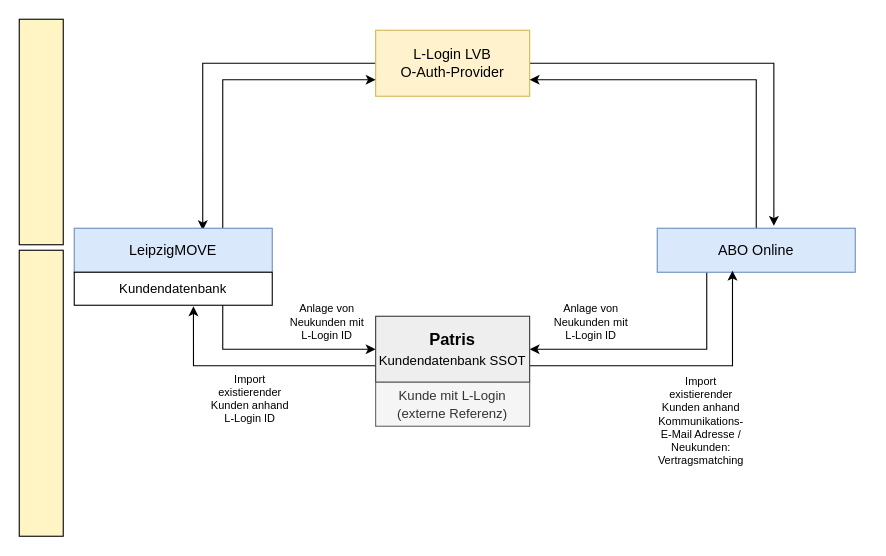
Earlier version of the draw.io diagram Untitled Diagram.drawio (MaLou2406/malou.github.io). Source tidied: cells renumbered, new cells numbered last; positions are measured from the earlier drawing's top-left corner, leaving out a move shared by most shapes. Both pictures are drawn from the tidied source at 110%, with x=0, y=0 at pixel (-102, 30).
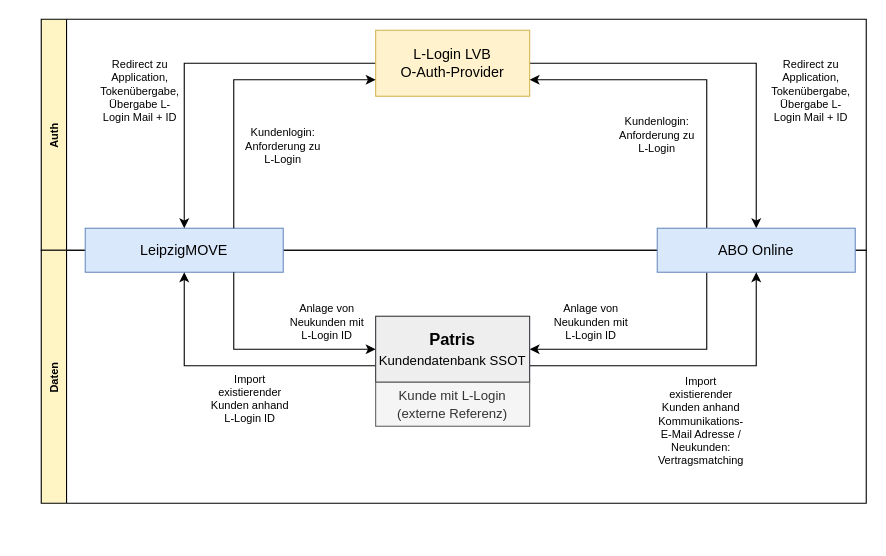
After the change.

Unchanged cells that the change refers to:
```xml
<mxCell id="4" value="L-Login LVB&lt;br&gt;O-Auth-Provider" style="rounded=0;whiteSpace=wrap;html=1;fillColor=#fff2cc;strokeColor=#d6b656;fontSize=13;" parent="1" vertex="1">
  <mxGeometry x="434" width="140" height="60" as="geometry" />
</mxCell>
<mxCell id="9" value="ABO Online" style="rounded=0;whiteSpace=wrap;html=1;fillColor=#dae8fc;strokeColor=#6c8ebf;fontSize=13;" parent="1" vertex="1">
  <mxGeometry x="690" y="180" width="180" height="40" as="geometry" />
</mxCell>
<mxCell id="15" value="&lt;font style=&quot;font-size: 12px&quot;&gt;&lt;span style=&quot;font-size: 15px&quot;&gt;&lt;b&gt;Patris&lt;br&gt;&lt;/b&gt;&lt;/span&gt;&lt;/font&gt;&lt;span style=&quot;font-size: 12px&quot;&gt;Kundendatenbank SSOT&lt;br&gt;&lt;/span&gt;" style="rounded=0;whiteSpace=wrap;html=1;fontSize=15;fillColor=#eeeeee;strokeColor=#36393d;" parent="1" vertex="1">
  <mxGeometry x="434" y="260" width="140" height="60" as="geometry" />
</mxCell>
```

Change to the diagram source:
```diff
@@
+    <mxCell id="23" value="Auth" style="swimlane;horizontal=0;labelBorderColor=none;fontSize=10;fillColor=#FFF4C3;" parent="1" vertex="1">
+      <mxGeometry x="130" y="-10" width="750" height="210" as="geometry" />
+    </mxCell>
+    <mxCell id="24" value="Redirect zu Application, Tokenübergabe, Übergabe L-Login Mail + ID" style="text;html=1;strokeColor=none;fillColor=none;align=center;verticalAlign=middle;whiteSpace=wrap;rounded=0;fontSize=10;" parent="23" vertex="1">
+      <mxGeometry x="50" y="20" width="80" height="90" as="geometry" />
+    </mxCell>
+    <mxCell id="25" value="Kundenlogin: Anforderung zu L-Login" style="text;html=1;strokeColor=none;fillColor=none;align=center;verticalAlign=middle;whiteSpace=wrap;rounded=0;fontSize=10;" parent="23" vertex="1">
+      <mxGeometry x="180" y="70" width="80" height="90" as="geometry" />
+    </mxCell>
+    <mxCell id="26" value="Kundenlogin: Anforderung zu L-Login" style="text;html=1;strokeColor=none;fillColor=none;align=center;verticalAlign=middle;whiteSpace=wrap;rounded=0;fontSize=10;" parent="23" vertex="1">
+      <mxGeometry x="520" y="60" width="80" height="90" as="geometry" />
+    </mxCell>
+    <mxCell id="27" value="Redirect zu Application, Tokenübergabe, Übergabe L-Login Mail + ID" style="text;html=1;strokeColor=none;fillColor=none;align=center;verticalAlign=middle;whiteSpace=wrap;rounded=0;fontSize=10;" parent="23" vertex="1">
+      <mxGeometry x="660" y="20" width="80" height="90" as="geometry" />
+    </mxCell>
+    <mxCell id="28" value="Daten" style="swimlane;horizontal=0;labelBorderColor=none;fontSize=10;fillColor=#FFF4C3;" parent="1" vertex="1">
+      <mxGeometry x="130" y="200" width="750" height="230" as="geometry" />
+    </mxCell>
+    <mxCell id="6" value="LeipzigMOVE" style="rounded=0;whiteSpace=wrap;html=1;fillColor=#dae8fc;strokeColor=#6c8ebf;fontSize=13;" parent="28" vertex="1">
+      <mxGeometry x="40" y="-20" width="180" height="40" as="geometry" />
+    </mxCell>
-    <mxCell id="2" style="edgeStyle=orthogonalEdgeStyle;rounded=0;jettySize=auto;html=1;exitX=1;exitY=0.5;exitDx=0;exitDy=0;entryX=0.589;entryY=-0.055;entryDx=0;entryDy=0;entryPerimeter=0;fontSize=10;" parent="1" edge="1" source="4" target="9">
+    <mxCell id="2" style="edgeStyle=orthogonalEdgeStyle;rounded=0;jettySize=auto;html=1;exitX=1;exitY=0.5;exitDx=0;exitDy=0;entryX=0.5;entryY=0;entryDx=0;entryDy=0;fontSize=10;" parent="1" edge="1" source="4" target="9">
       <mxGeometry relative="1" as="geometry" />
     </mxCell>
-    <mxCell id="3" style="edgeStyle=orthogonalEdgeStyle;rounded=0;jettySize=auto;html=1;exitX=0;exitY=0.5;exitDx=0;exitDy=0;entryX=0.649;entryY=0.045;entryDx=0;entryDy=0;fontSize=10;entryPerimeter=0;" parent="1" edge="1" source="4" target="6">
+    <mxCell id="3" style="edgeStyle=orthogonalEdgeStyle;rounded=0;jettySize=auto;html=1;exitX=0;exitY=0.5;exitDx=0;exitDy=0;fontSize=10;entryX=0.5;entryY=0;entryDx=0;entryDy=0;" parent="1" edge="1" source="4" target="6">
       <mxGeometry relative="1" as="geometry" />
     </mxCell>
@@
-    <mxCell id="6" value="LeipzigMOVE" style="rounded=0;whiteSpace=wrap;html=1;fillColor=#dae8fc;strokeColor=#6c8ebf;fontSize=13;" parent="1" vertex="1">
-      <mxGeometry x="160" y="180" width="180" height="40" as="geometry" />
-    </mxCell>
@@
-    <mxCell id="8" style="edgeStyle=orthogonalEdgeStyle;rounded=0;jettySize=auto;html=1;exitX=0.5;exitY=0;exitDx=0;exitDy=0;entryX=1;entryY=0.75;entryDx=0;entryDy=0;fontSize=10;" parent="1" edge="1" source="9" target="4">
+    <mxCell id="8" style="edgeStyle=orthogonalEdgeStyle;rounded=0;jettySize=auto;html=1;exitX=0.25;exitY=0;exitDx=0;exitDy=0;entryX=1;entryY=0.75;entryDx=0;entryDy=0;fontSize=10;" parent="1" edge="1" source="9" target="4">
       <mxGeometry relative="1" as="geometry" />
     </mxCell>
@@
-    <mxCell id="10" style="edgeStyle=orthogonalEdgeStyle;rounded=0;jettySize=auto;html=1;exitX=0.75;exitY=1;exitDx=0;exitDy=0;entryX=0;entryY=0.5;entryDx=0;entryDy=0;fontSize=13;strokeColor=none;" parent="1" edge="1" source="12" target="15">
-      <mxGeometry relative="1" as="geometry" />
+    <mxCell id="10" style="edgeStyle=orthogonalEdgeStyle;rounded=0;jettySize=auto;html=1;exitX=0.75;exitY=1;exitDx=0;exitDy=0;entryX=0;entryY=0.5;entryDx=0;entryDy=0;fontSize=13;strokeColor=none;" parent="1" edge="1" target="15">
+      <mxGeometry relative="1" as="geometry">
+        <mxPoint x="295" y="250" as="sourcePoint" />
+      </mxGeometry>
     </mxCell>
-    <mxCell id="11" style="edgeStyle=orthogonalEdgeStyle;rounded=0;jettySize=auto;html=1;exitX=0.75;exitY=1;exitDx=0;exitDy=0;entryX=0;entryY=0.5;entryDx=0;entryDy=0;fontSize=13;" parent="1" edge="1" source="12" target="15">
+    <mxCell id="11" style="edgeStyle=orthogonalEdgeStyle;rounded=0;jettySize=auto;html=1;exitX=0.75;exitY=1;exitDx=0;exitDy=0;entryX=0;entryY=0.5;entryDx=0;entryDy=0;fontSize=13;" parent="1" edge="1" source="6" target="15">
       <mxGeometry relative="1" as="geometry" />
     </mxCell>
-    <mxCell id="12" value="Kundendatenbank" style="rounded=0;whiteSpace=wrap;html=1;fontSize=12;" parent="1" vertex="1">
-      <mxGeometry x="160" y="220" width="180" height="30" as="geometry" />
-    </mxCell>
-    <mxCell id="13" style="edgeStyle=orthogonalEdgeStyle;rounded=0;jettySize=auto;html=1;exitX=0;exitY=0.75;exitDx=0;exitDy=0;entryX=0.602;entryY=1.033;entryDx=0;entryDy=0;entryPerimeter=0;fontSize=13;" parent="1" edge="1" source="15" target="12">
+    <mxCell id="13" style="edgeStyle=orthogonalEdgeStyle;rounded=0;jettySize=auto;html=1;exitX=0;exitY=0.75;exitDx=0;exitDy=0;entryX=0.5;entryY=1;entryDx=0;entryDy=0;fontSize=13;" parent="1" edge="1" source="15" target="6">
       <mxGeometry relative="1" as="geometry" />
     </mxCell>
-    <mxCell id="14" style="edgeStyle=orthogonalEdgeStyle;rounded=0;jettySize=auto;html=1;exitX=1;exitY=0.75;exitDx=0;exitDy=0;entryX=0.38;entryY=0.965;entryDx=0;entryDy=0;entryPerimeter=0;fontSize=10;" parent="1" edge="1" source="15" target="9">
+    <mxCell id="14" style="edgeStyle=orthogonalEdgeStyle;rounded=0;jettySize=auto;html=1;exitX=1;exitY=0.75;exitDx=0;exitDy=0;entryX=0.5;entryY=1;entryDx=0;entryDy=0;fontSize=10;" parent="1" edge="1" source="15" target="9">
       <mxGeometry relative="1" as="geometry" />
     </mxCell>
@@
-    <mxCell id="21" style="rounded=0;whiteSpace=wrap;html=1;fontSize=10;fillColor=#FFF4C3;rotation=-90;labelBorderColor=none;horizontal=1;" parent="1" vertex="1">
-      <mxGeometry x="27.5" y="72.5" width="205" height="40" as="geometry" />
-    </mxCell>
-    <mxCell id="22" style="rounded=0;whiteSpace=wrap;html=1;fontSize=10;fillColor=#FFF4C3;rotation=-90;" parent="1" vertex="1">
-      <mxGeometry y="310" width="260" height="40" as="geometry" />
-    </mxCell>
```
